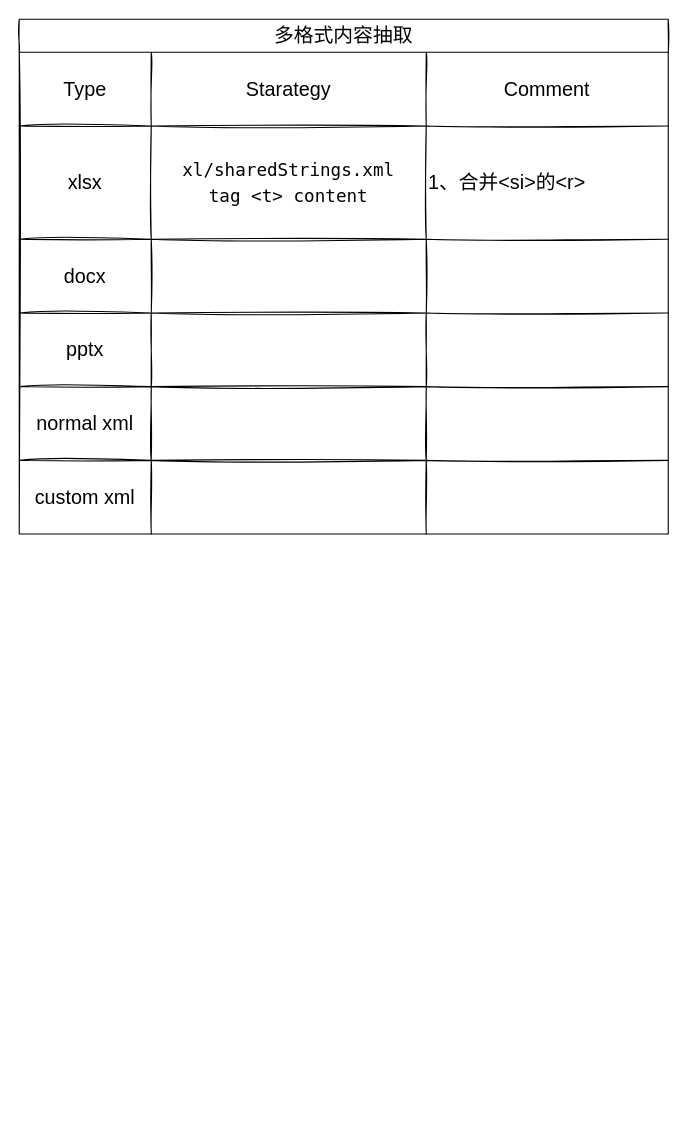
The draw.io diagram page "内容抽取" (4 of 4) of 未命名绘图.drawio in hgdhot/draw, before the edit. Source tidied: cells renumbered, new cells numbered last; positions are measured from the earlier drawing's top-left corner, leaving out a move shared by most shapes. Both pictures are drawn from the tidied source at 110%, with x=0, y=0 at pixel (19, 19).
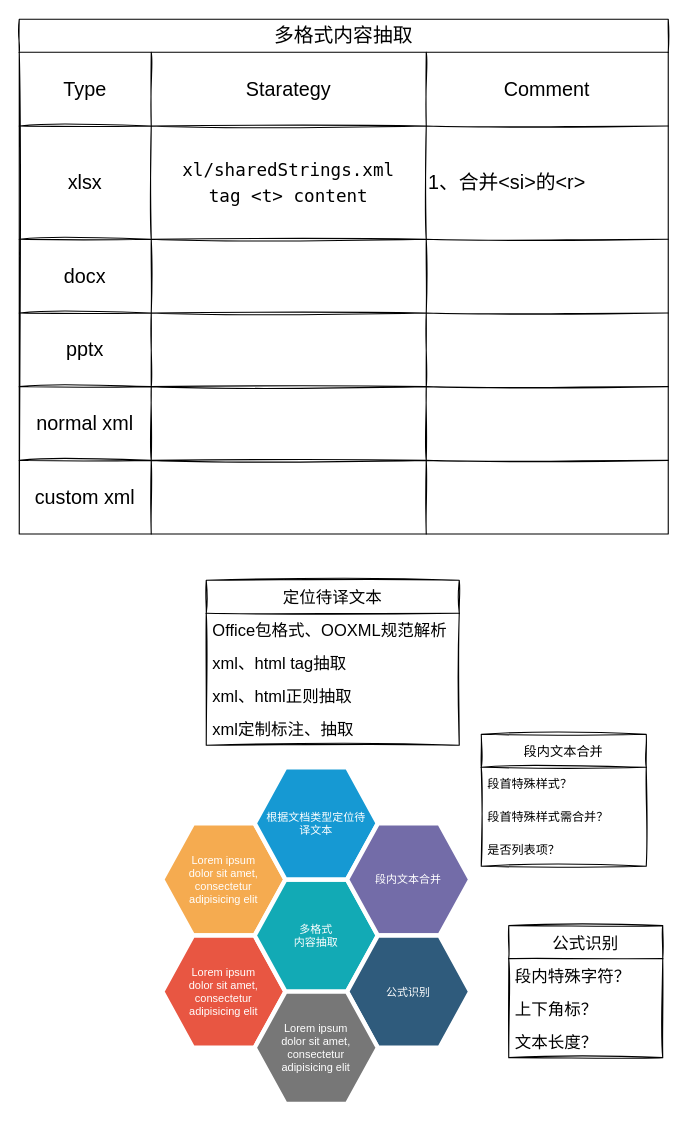
The same page after the edit.

What changed in the source:
```diff
@@
+    <mxCell id="27" value="Lorem ipsum&lt;br&gt; dolor sit amet, consectetur adipisicing elit" style="shape=hexagon;strokeWidth=4;html=1;fillColor=#F5AB50;strokeColor=#ffffff;shadow=0;fontSize=10;fontColor=#FFFFFF;align=center;fontStyle=0;whiteSpace=wrap;spacing=10;rounded=0;labelBackgroundColor=none;labelBorderColor=none;sketch=0;" parent="1" vertex="1">
+      <mxGeometry x="130" y="731" width="112" height="102" as="geometry" />
+    </mxCell>
+    <mxCell id="28" value="Lorem ipsum&lt;br&gt; dolor sit amet, consectetur adipisicing elit" style="shape=hexagon;strokeWidth=4;html=1;fillColor=#E85642;strokeColor=#ffffff;shadow=0;fontSize=10;fontColor=#FFFFFF;align=center;fontStyle=0;whiteSpace=wrap;spacing=10;rounded=0;labelBackgroundColor=none;labelBorderColor=none;sketch=0;" parent="1" vertex="1">
+      <mxGeometry x="130" y="833" width="112" height="102" as="geometry" />
+    </mxCell>
+    <mxCell id="29" value="多格式&lt;br&gt;内容抽取" style="shape=hexagon;strokeWidth=4;html=1;fillColor=#12AAB5;strokeColor=#ffffff;shadow=0;fontSize=10;fontColor=#FFFFFF;align=center;fontStyle=0;whiteSpace=wrap;spacing=10;rounded=0;labelBackgroundColor=none;labelBorderColor=none;sketch=0;" parent="1" vertex="1">
+      <mxGeometry x="214" y="782" width="112" height="102" as="geometry" />
+    </mxCell>
+    <mxCell id="30" value="根据文档类型定位待译文本" style="shape=hexagon;strokeWidth=4;html=1;fillColor=#1699D3;strokeColor=#ffffff;shadow=0;fontSize=10;fontColor=#FFFFFF;align=center;fontStyle=0;whiteSpace=wrap;spacing=10;rounded=0;labelBackgroundColor=none;labelBorderColor=none;sketch=0;" parent="1" vertex="1">
+      <mxGeometry x="214" y="680" width="112" height="102" as="geometry" />
+    </mxCell>
+    <mxCell id="31" value="段内文本合并" style="shape=hexagon;strokeWidth=4;html=1;fillColor=#736CA8;strokeColor=#ffffff;shadow=0;fontSize=10;fontColor=#FFFFFF;align=center;fontStyle=0;whiteSpace=wrap;spacing=10;rounded=0;labelBackgroundColor=none;labelBorderColor=none;sketch=0;" parent="1" vertex="1">
+      <mxGeometry x="298" y="731" width="112" height="102" as="geometry" />
+    </mxCell>
+    <mxCell id="32" value="公式识别" style="shape=hexagon;strokeWidth=4;html=1;fillColor=#2F5B7C;strokeColor=#ffffff;shadow=0;fontSize=10;fontColor=#FFFFFF;align=center;fontStyle=0;whiteSpace=wrap;spacing=10;rounded=0;labelBackgroundColor=none;labelBorderColor=none;sketch=0;" parent="1" vertex="1">
+      <mxGeometry x="298" y="833" width="112" height="102" as="geometry" />
+    </mxCell>
+    <mxCell id="33" value="Lorem ipsum&lt;br&gt; dolor sit amet, consectetur adipisicing elit" style="shape=hexagon;strokeWidth=4;html=1;fillColor=#777777;strokeColor=#ffffff;shadow=0;fontSize=10;fontColor=#FFFFFF;align=center;fontStyle=0;whiteSpace=wrap;spacing=10;rounded=0;labelBackgroundColor=none;labelBorderColor=none;sketch=0;" parent="1" vertex="1">
+      <mxGeometry x="214" y="884" width="112" height="102" as="geometry" />
+    </mxCell>
+    <mxCell id="34" value="段内文本合并" style="swimlane;fontStyle=0;horizontal=1;startSize=30;shadow=0;labelBackgroundColor=none;labelBorderColor=none;sketch=1;fontSize=12;" parent="1" vertex="1">
+      <mxGeometry x="420" y="650" width="150" height="120" as="geometry" />
+    </mxCell>
+    <mxCell id="35" value="段首特殊样式？" style="text;strokeColor=none;fillColor=none;align=left;verticalAlign=middle;spacingLeft=4;spacingRight=4;overflow=hidden;shadow=0;labelBackgroundColor=none;labelBorderColor=none;sketch=0;fontSize=11;fontColor=#000000;" parent="34" vertex="1">
+      <mxGeometry y="30" width="150" height="30" as="geometry" />
+    </mxCell>
+    <mxCell id="36" value="段首特殊样式需合并？" style="text;strokeColor=none;fillColor=none;align=left;verticalAlign=middle;spacingLeft=4;spacingRight=4;overflow=hidden;shadow=0;labelBackgroundColor=none;labelBorderColor=none;sketch=0;fontSize=11;fontColor=#000000;" parent="34" vertex="1">
+      <mxGeometry y="60" width="150" height="30" as="geometry" />
+    </mxCell>
+    <mxCell id="37" value="是否列表项？" style="text;strokeColor=none;fillColor=none;align=left;verticalAlign=middle;spacingLeft=4;spacingRight=4;overflow=hidden;shadow=0;labelBackgroundColor=none;labelBorderColor=none;sketch=0;fontSize=11;fontColor=#000000;" parent="34" vertex="1">
+      <mxGeometry y="90" width="150" height="30" as="geometry" />
+    </mxCell>
+    <mxCell id="38" value="公式识别" style="swimlane;fontStyle=0;horizontal=1;startSize=30;shadow=0;labelBackgroundColor=none;labelBorderColor=none;sketch=1;fontSize=15;fontColor=#000000;fillColor=default;" parent="1" vertex="1">
+      <mxGeometry x="445" y="824" width="140" height="120" as="geometry" />
+    </mxCell>
+    <mxCell id="39" value="段内特殊字符？" style="text;strokeColor=none;fillColor=none;align=left;verticalAlign=middle;spacingLeft=4;spacingRight=4;overflow=hidden;shadow=0;labelBackgroundColor=none;labelBorderColor=none;sketch=1;fontSize=15;fontColor=#000000;" parent="38" vertex="1">
+      <mxGeometry y="30" width="140" height="30" as="geometry" />
+    </mxCell>
+    <mxCell id="40" value="上下角标？" style="text;strokeColor=none;fillColor=none;align=left;verticalAlign=middle;spacingLeft=4;spacingRight=4;overflow=hidden;shadow=0;labelBackgroundColor=none;labelBorderColor=none;sketch=1;fontSize=15;fontColor=#000000;" parent="38" vertex="1">
+      <mxGeometry y="60" width="140" height="30" as="geometry" />
+    </mxCell>
+    <mxCell id="41" value="文本长度？" style="text;strokeColor=none;fillColor=none;align=left;verticalAlign=middle;spacingLeft=4;spacingRight=4;overflow=hidden;shadow=0;labelBackgroundColor=none;labelBorderColor=none;sketch=1;fontSize=15;fontColor=#000000;" parent="38" vertex="1">
+      <mxGeometry y="90" width="140" height="30" as="geometry" />
+    </mxCell>
+    <mxCell id="42" value="定位待译文本" style="swimlane;fontStyle=0;horizontal=1;startSize=30;shadow=0;labelBackgroundColor=none;labelBorderColor=none;sketch=1;fontSize=15;fontColor=#000000;fillColor=default;" parent="1" vertex="1">
+      <mxGeometry x="170" y="510" width="230" height="150" as="geometry" />
+    </mxCell>
+    <mxCell id="43" value="Office包格式、OOXML规范解析" style="text;strokeColor=none;fillColor=none;align=left;verticalAlign=middle;spacingLeft=4;spacingRight=4;overflow=hidden;shadow=0;labelBackgroundColor=none;labelBorderColor=none;sketch=1;fontSize=15;fontColor=#000000;" parent="42" vertex="1">
+      <mxGeometry y="30" width="230" height="30" as="geometry" />
+    </mxCell>
+    <mxCell id="44" value="xml、html tag抽取" style="text;strokeColor=none;fillColor=none;align=left;verticalAlign=middle;spacingLeft=4;spacingRight=4;overflow=hidden;shadow=0;labelBackgroundColor=none;labelBorderColor=none;sketch=1;fontSize=15;fontColor=#000000;" parent="42" vertex="1">
+      <mxGeometry y="60" width="230" height="30" as="geometry" />
+    </mxCell>
+    <mxCell id="45" value="xml、html正则抽取" style="text;strokeColor=none;fillColor=none;align=left;verticalAlign=middle;spacingLeft=4;spacingRight=4;overflow=hidden;shadow=0;labelBackgroundColor=none;labelBorderColor=none;sketch=1;fontSize=15;fontColor=#000000;" parent="42" vertex="1">
+      <mxGeometry y="90" width="230" height="30" as="geometry" />
+    </mxCell>
+    <mxCell id="46" value="xml定制标注、抽取" style="text;strokeColor=none;fillColor=none;align=left;verticalAlign=middle;spacingLeft=4;spacingRight=4;overflow=hidden;shadow=0;labelBackgroundColor=none;labelBorderColor=none;sketch=1;fontSize=15;fontColor=#000000;" parent="42" vertex="1">
+      <mxGeometry y="120" width="230" height="30" as="geometry" />
+    </mxCell>
```
